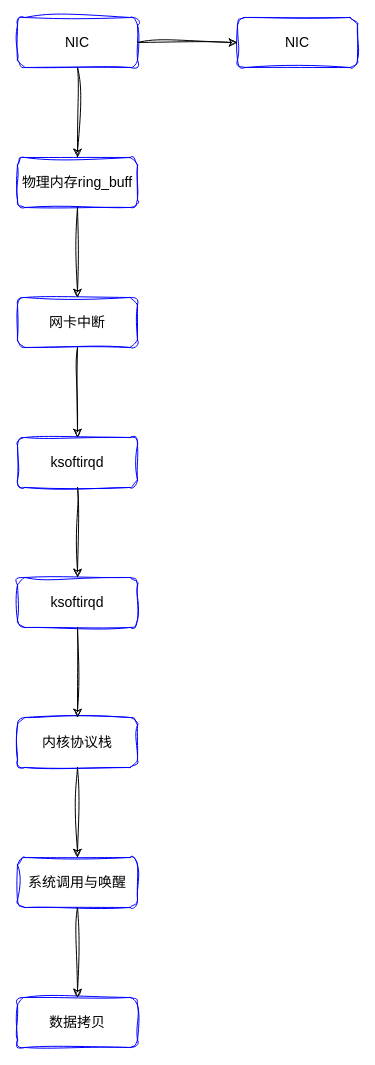
Above: socket通信路径.drawio in 83566/draw (draw.io), before the change. Source tidied: cells renumbered, new cells numbered last; positions are measured from the earlier drawing's top-left corner, leaving out a move shared by most shapes. Both pictures are drawn from the tidied source at 100%, with x=0, y=0 at pixel (17, 17).
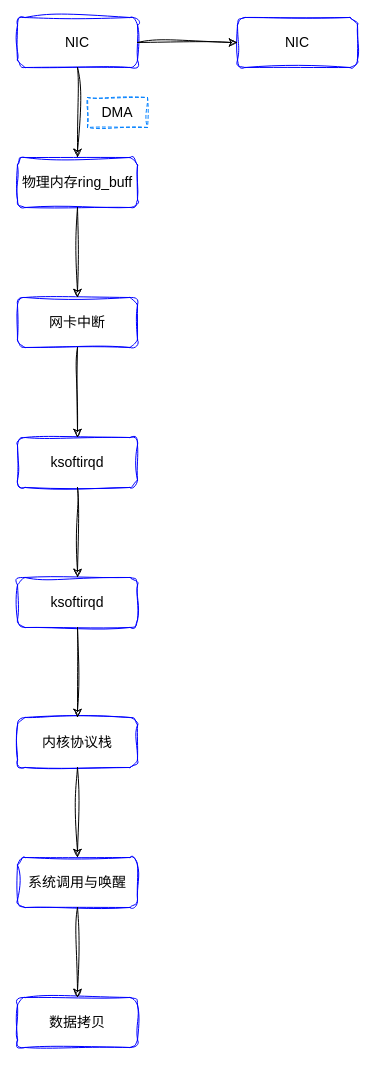
Above is the later version.

Commit message (it also covers changes not shown here):
更新socket通信路径.drawio

Diff of the diagram source:
```diff
@@
 <mxGraphModel>
   <root>
     <mxCell id="0" />
     <mxCell id="1" parent="0" />
     <mxCell id="2" value="NIC" style="rounded=1;whiteSpace=wrap;html=1;sketch=1;curveFitting=1;jiggle=2;strokeColor=light-dark(#0000ff, #ededed);labelBorderColor=none;fontSize=14;" parent="1" vertex="1">
       <mxGeometry width="120" height="50" as="geometry" />
     </mxCell>
     <mxCell id="3" value="物理内存ring_buff" style="rounded=1;whiteSpace=wrap;html=1;sketch=1;curveFitting=1;jiggle=2;strokeColor=light-dark(#0000ff, #ededed);labelBorderColor=none;fontSize=14;" parent="1" vertex="1">
       <mxGeometry y="140" width="120" height="50" as="geometry" />
     </mxCell>
     <mxCell id="4" value="网卡中断" style="rounded=1;whiteSpace=wrap;html=1;sketch=1;curveFitting=1;jiggle=2;strokeColor=light-dark(#0000ff, #ededed);labelBorderColor=none;fontSize=14;" parent="1" vertex="1">
       <mxGeometry y="280" width="120" height="50" as="geometry" />
     </mxCell>
     <mxCell id="5" value="ksoftirqd" style="rounded=1;whiteSpace=wrap;html=1;sketch=1;curveFitting=1;jiggle=2;strokeColor=light-dark(#0000ff, #ededed);labelBorderColor=none;fontSize=14;" parent="1" vertex="1">
       <mxGeometry y="420" width="120" height="50" as="geometry" />
     </mxCell>
     <mxCell id="6" value="ksoftirqd" style="rounded=1;whiteSpace=wrap;html=1;sketch=1;curveFitting=1;jiggle=2;strokeColor=light-dark(#0000ff, #ededed);labelBorderColor=none;fontSize=14;" parent="1" vertex="1">
       <mxGeometry y="560" width="120" height="50" as="geometry" />
     </mxCell>
     <mxCell id="7" value="内核协议栈" style="rounded=1;whiteSpace=wrap;html=1;sketch=1;curveFitting=1;jiggle=2;strokeColor=light-dark(#0000ff, #ededed);labelBorderColor=none;fontSize=14;" parent="1" vertex="1">
       <mxGeometry y="700" width="120" height="50" as="geometry" />
     </mxCell>
     <mxCell id="8" value="系统调用与唤醒" style="rounded=1;whiteSpace=wrap;html=1;sketch=1;curveFitting=1;jiggle=2;strokeColor=light-dark(#0000ff, #ededed);labelBorderColor=none;fontSize=14;" parent="1" vertex="1">
       <mxGeometry y="840" width="120" height="50" as="geometry" />
     </mxCell>
     <mxCell id="9" value="数据拷贝" style="rounded=1;whiteSpace=wrap;html=1;sketch=1;curveFitting=1;jiggle=2;strokeColor=light-dark(#0000ff, #ededed);labelBorderColor=none;fontSize=14;" parent="1" vertex="1">
       <mxGeometry y="980" width="120" height="50" as="geometry" />
     </mxCell>
     <mxCell id="10" style="endArrow=classic;html=1;rounded=0;exitX=0.5;exitY=1;exitDx=0;exitDy=0;sketch=1;curveFitting=1;jiggle=2;" parent="1" edge="1" source="2" target="3">
       <mxGeometry relative="1" as="geometry" />
     </mxCell>
     <mxCell id="11" style="endArrow=classic;html=1;rounded=0;exitX=0.5;exitY=1;exitDx=0;exitDy=0;sketch=1;curveFitting=1;jiggle=2;entryX=0.5;entryY=0;entryDx=0;entryDy=0;" parent="1" edge="1" source="3" target="4">
       <mxGeometry relative="1" as="geometry" />
     </mxCell>
     <mxCell id="12" style="endArrow=classic;html=1;rounded=0;exitX=0.5;exitY=1;exitDx=0;exitDy=0;sketch=1;curveFitting=1;jiggle=2;entryX=0.5;entryY=0;entryDx=0;entryDy=0;" parent="1" edge="1" source="4" target="5">
       <mxGeometry relative="1" as="geometry" />
     </mxCell>
     <mxCell id="13" style="endArrow=classic;html=1;rounded=0;exitX=0.5;exitY=1;exitDx=0;exitDy=0;sketch=1;curveFitting=1;jiggle=2;" parent="1" edge="1" source="5" target="6">
       <mxGeometry relative="1" as="geometry" />
     </mxCell>
     <mxCell id="14" style="endArrow=classic;html=1;rounded=0;exitX=0.5;exitY=1;exitDx=0;exitDy=0;sketch=1;curveFitting=1;jiggle=2;" parent="1" edge="1" source="6" target="7">
       <mxGeometry relative="1" as="geometry" />
     </mxCell>
     <mxCell id="15" style="endArrow=classic;html=1;rounded=0;exitX=0.5;exitY=1;exitDx=0;exitDy=0;sketch=1;curveFitting=1;jiggle=2;entryX=0.5;entryY=0;entryDx=0;entryDy=0;" parent="1" edge="1" source="7" target="8">
       <mxGeometry relative="1" as="geometry" />
     </mxCell>
     <mxCell id="16" style="endArrow=classic;html=1;rounded=0;exitX=0.5;exitY=1;exitDx=0;exitDy=0;sketch=1;curveFitting=1;jiggle=2;entryX=0.5;entryY=0;entryDx=0;entryDy=0;" parent="1" edge="1" source="8" target="9">
       <mxGeometry relative="1" as="geometry" />
     </mxCell>
     <mxCell id="17" value="NIC" style="rounded=1;whiteSpace=wrap;html=1;sketch=1;curveFitting=1;jiggle=2;strokeColor=light-dark(#0000ff, #ededed);labelBorderColor=none;fontSize=14;" parent="1" vertex="1">
       <mxGeometry x="220" width="120" height="50" as="geometry" />
     </mxCell>
     <mxCell id="18" style="endArrow=classic;html=1;rounded=0;exitX=1;exitY=0.5;exitDx=0;exitDy=0;sketch=1;curveFitting=1;jiggle=2;entryX=0;entryY=0.5;entryDx=0;entryDy=0;" parent="1" edge="1" source="2" target="17">
       <mxGeometry relative="1" as="geometry" />
     </mxCell>
+    <mxCell id="19" value="DMA" style="text;html=1;whiteSpace=wrap;strokeColor=light-dark(#0080ff, #ededed);fillColor=none;align=center;verticalAlign=middle;rounded=0;sketch=1;curveFitting=1;jiggle=2;fontFamily=Helvetica;fontSize=14;fontColor=default;labelBorderColor=none;dashed=1;" parent="1" vertex="1">
+      <mxGeometry x="70" y="80" width="60" height="30" as="geometry" />
+    </mxCell>
   </root>
 </mxGraphModel>
```
